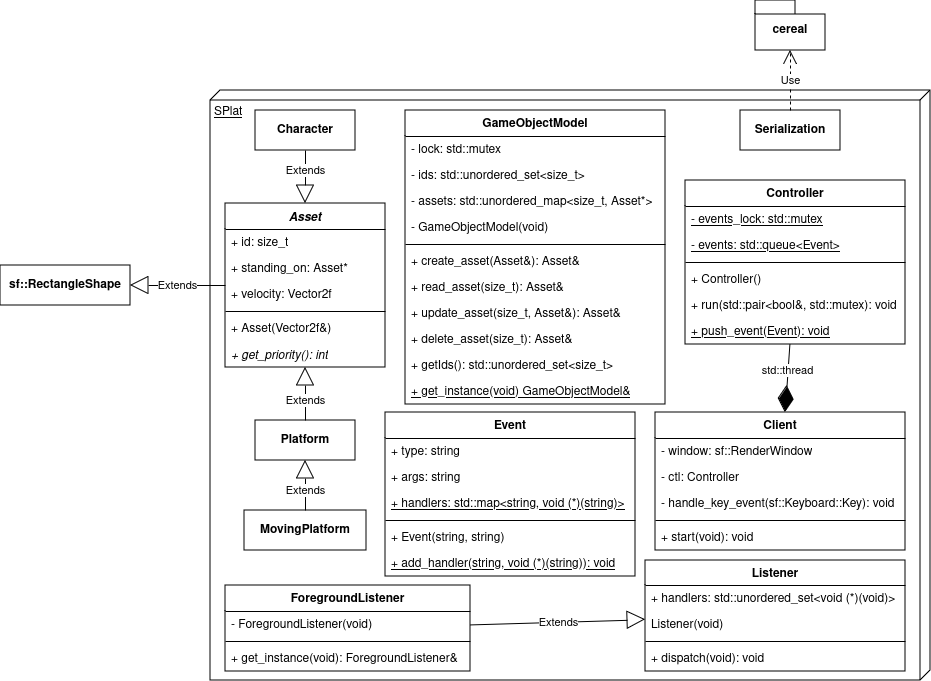
This is uml/splat_i1_initial.png from mwhicks-dev/SPlat, a draw.io export, as it was before one commit. Source tidied: cells renumbered, new cells last; positions are measured from the earlier drawing's top-left corner, leaving out a move shared by most shapes.
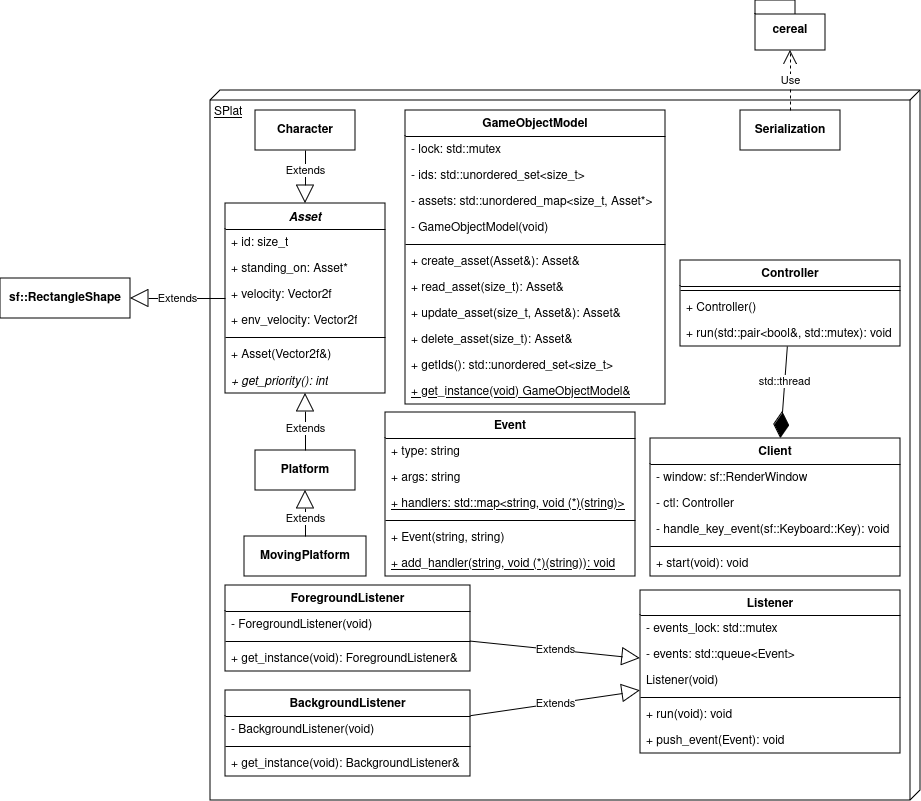
After the change.

Commit message:
Added new Listener features to I1 UML

The edit, as a diff of the source:
```diff
@@ -3,13 +3,13 @@
     <mxCell id="0" />
     <mxCell id="1" parent="0" />
     <mxCell id="2" value="SPlat" style="verticalAlign=top;align=left;spacingTop=8;spacingLeft=2;spacingRight=12;shape=cube;size=10;direction=south;fontStyle=4;html=1;whiteSpace=wrap;" parent="1" vertex="1">
-      <mxGeometry x="210" y="90" width="720" height="590" as="geometry" />
+      <mxGeometry x="210" y="90" width="710" height="710" as="geometry" />
     </mxCell>
     <mxCell id="3" value="&lt;b&gt;sf::RectangleShape&lt;/b&gt;" style="rounded=0;whiteSpace=wrap;html=1;" parent="1" vertex="1">
-      <mxGeometry y="265" width="130" height="40" as="geometry" />
+      <mxGeometry y="278" width="130" height="40" as="geometry" />
     </mxCell>
     <mxCell id="4" value="&lt;i&gt;Asset&lt;/i&gt;" style="swimlane;fontStyle=1;align=center;verticalAlign=top;horizontal=1;startSize=26;whiteSpace=wrap;html=1;" parent="1" vertex="1">
-      <mxGeometry x="225" y="203" width="160" height="164" as="geometry" />
+      <mxGeometry x="225" y="203" width="160" height="190" as="geometry" />
     </mxCell>
     <mxCell id="5" value="+ id: size_t" style="text;strokeColor=none;fillColor=none;align=left;verticalAlign=top;spacingLeft=4;spacingRight=4;overflow=hidden;whiteSpace=wrap;html=1;fontStyle=0;" parent="4" vertex="1">
       <mxGeometry y="26" width="160" height="26" as="geometry" />
@@ -20,14 +20,17 @@
     <mxCell id="7" value="+ velocity: Vector2f" style="text;strokeColor=none;fillColor=none;align=left;verticalAlign=top;spacingLeft=4;spacingRight=4;overflow=hidden;whiteSpace=wrap;html=1;fontStyle=0;" parent="4" vertex="1">
       <mxGeometry y="78" width="160" height="26" as="geometry" />
     </mxCell>
+    <mxCell id="65" value="+ env_velocity: Vector2f" style="text;strokeColor=none;fillColor=none;align=left;verticalAlign=top;spacingLeft=4;spacingRight=4;overflow=hidden;whiteSpace=wrap;html=1;fontStyle=0;" parent="4" vertex="1">
+      <mxGeometry y="104" width="160" height="26" as="geometry" />
+    </mxCell>
     <mxCell id="8" style="line;strokeWidth=1;fillColor=none;align=left;verticalAlign=middle;spacingTop=-1;spacingLeft=3;spacingRight=3;labelPosition=right;strokeColor=inherit;" parent="4" vertex="1">
-      <mxGeometry y="104" width="160" height="8" as="geometry" />
+      <mxGeometry y="130" width="160" height="8" as="geometry" />
     </mxCell>
     <mxCell id="9" value="+ Asset(Vector2f&amp;amp;)" style="text;strokeColor=none;fillColor=none;align=left;verticalAlign=top;spacingLeft=4;spacingRight=4;overflow=hidden;whiteSpace=wrap;html=1;" parent="4" vertex="1">
-      <mxGeometry y="112" width="160" height="26" as="geometry" />
+      <mxGeometry y="138" width="160" height="26" as="geometry" />
     </mxCell>
     <mxCell id="10" value="&lt;i&gt;&lt;span&gt;+ get_priority(): int&lt;/span&gt;&lt;/i&gt;" style="text;strokeColor=none;fillColor=none;align=left;verticalAlign=top;spacingLeft=4;spacingRight=4;overflow=hidden;whiteSpace=wrap;html=1;fontStyle=0;" parent="4" vertex="1">
-      <mxGeometry y="138" width="160" height="26" as="geometry" />
+      <mxGeometry y="164" width="160" height="26" as="geometry" />
     </mxCell>
     <mxCell id="11" value="Extends" style="endArrow=block;endSize=16;endFill=0;html=1;rounded=0;" parent="1" edge="1" source="4" target="3">
       <mxGeometry relative="1" as="geometry" />
@@ -39,13 +42,13 @@
       <mxGeometry x="-0.25" relative="1" as="geometry" />
     </mxCell>
     <mxCell id="14" value="&lt;b&gt;Platform&lt;/b&gt;" style="html=1;whiteSpace=wrap;" parent="1" vertex="1">
-      <mxGeometry x="255" y="420" width="100" height="40" as="geometry" />
+      <mxGeometry x="255" y="450" width="100" height="40" as="geometry" />
     </mxCell>
     <mxCell id="15" value="Extends" style="endArrow=block;endSize=16;endFill=0;html=1;rounded=0;" parent="1" edge="1" source="14" target="4">
       <mxGeometry x="-0.25" relative="1" as="geometry" />
     </mxCell>
     <mxCell id="16" value="&lt;b&gt;MovingPlatform&lt;/b&gt;" style="html=1;whiteSpace=wrap;" parent="1" vertex="1">
-      <mxGeometry x="244" y="510" width="122" height="40" as="geometry" />
+      <mxGeometry x="244" y="536" width="122" height="40" as="geometry" />
     </mxCell>
     <mxCell id="17" value="Extends" style="endArrow=block;endSize=16;endFill=0;html=1;rounded=0;exitX=0.5;exitY=0;exitDx=0;exitDy=0;" parent="1" edge="1" source="16" target="14">
       <mxGeometry x="-0.2" relative="1" as="geometry" />
@@ -87,7 +90,7 @@
       <mxGeometry y="268" width="260" height="26" as="geometry" />
     </mxCell>
     <mxCell id="30" value="Client" style="swimlane;fontStyle=1;align=center;verticalAlign=top;horizontal=1;startSize=26;whiteSpace=wrap;html=1;" parent="1" vertex="1">
-      <mxGeometry x="655" y="412" width="250" height="138" as="geometry" />
+      <mxGeometry x="650" y="438" width="250" height="138" as="geometry" />
     </mxCell>
     <mxCell id="31" value="- window: sf::RenderWindow" style="text;strokeColor=none;fillColor=none;align=left;verticalAlign=top;spacingLeft=4;spacingRight=4;overflow=hidden;whiteSpace=wrap;html=1;" parent="30" vertex="1">
       <mxGeometry y="26" width="250" height="26" as="geometry" />
@@ -105,26 +108,17 @@
       <mxGeometry y="112" width="250" height="26" as="geometry" />
     </mxCell>
     <mxCell id="36" value="Controller" style="swimlane;fontStyle=1;align=center;verticalAlign=top;horizontal=1;startSize=26;whiteSpace=wrap;html=1;" parent="1" vertex="1">
-      <mxGeometry x="685" y="180" width="220" height="164" as="geometry" />
+      <mxGeometry x="680" y="260" width="220" height="86" as="geometry" />
     </mxCell>
-    <mxCell id="37" value="- events_lock: std::mutex" style="text;strokeColor=none;fillColor=none;align=left;verticalAlign=top;spacingLeft=4;spacingRight=4;overflow=hidden;whiteSpace=wrap;html=1;fontStyle=4;" parent="36" vertex="1">
-      <mxGeometry y="26" width="220" height="26" as="geometry" />
-    </mxCell>
-    <mxCell id="38" value="- events: std::queue&amp;lt;Event&amp;gt;" style="text;strokeColor=none;fillColor=none;align=left;verticalAlign=top;spacingLeft=4;spacingRight=4;overflow=hidden;whiteSpace=wrap;html=1;fontStyle=4;" parent="36" vertex="1">
-      <mxGeometry y="52" width="220" height="26" as="geometry" />
-    </mxCell>
     <mxCell id="39" style="line;strokeWidth=1;fillColor=none;align=left;verticalAlign=middle;spacingTop=-1;spacingLeft=3;spacingRight=3;labelPosition=right;strokeColor=inherit;" parent="36" vertex="1">
-      <mxGeometry y="78" width="220" height="8" as="geometry" />
+      <mxGeometry y="26" width="220" height="8" as="geometry" />
     </mxCell>
     <mxCell id="40" value="+ Controller()" style="text;strokeColor=none;fillColor=none;align=left;verticalAlign=top;spacingLeft=4;spacingRight=4;overflow=hidden;whiteSpace=wrap;html=1;" parent="36" vertex="1">
-      <mxGeometry y="86" width="220" height="26" as="geometry" />
+      <mxGeometry y="34" width="220" height="26" as="geometry" />
     </mxCell>
     <mxCell id="41" value="+ run(std::pair&amp;lt;bool&amp;amp;, std::mutex): void" style="text;strokeColor=none;fillColor=none;align=left;verticalAlign=top;spacingLeft=4;spacingRight=4;overflow=hidden;whiteSpace=wrap;html=1;" parent="36" vertex="1">
-      <mxGeometry y="112" width="220" height="26" as="geometry" />
+      <mxGeometry y="60" width="220" height="26" as="geometry" />
     </mxCell>
-    <mxCell id="42" value="+ push_event(Event): void" style="text;strokeColor=none;fillColor=none;align=left;verticalAlign=top;spacingLeft=4;spacingRight=4;overflow=hidden;whiteSpace=wrap;html=1;fontStyle=4;" parent="36" vertex="1">
-      <mxGeometry y="138" width="220" height="26" as="geometry" />
-    </mxCell>
     <mxCell id="43" style="endArrow=diamondThin;endFill=1;endSize=24;html=1;rounded=0;" parent="1" edge="1" source="36" target="30">
       <mxGeometry relative="1" as="geometry" />
     </mxCell>
@@ -162,20 +156,26 @@
       <mxGeometry relative="1" as="geometry" />
     </mxCell>
     <mxCell id="55" value="&lt;div&gt;Listener&lt;/div&gt;" style="swimlane;fontStyle=1;align=center;verticalAlign=top;horizontal=1;startSize=25;whiteSpace=wrap;html=1;" parent="1" vertex="1">
-      <mxGeometry x="645" y="560" width="260" height="111" as="geometry" />
+      <mxGeometry x="640" y="590" width="260" height="163" as="geometry" />
     </mxCell>
-    <mxCell id="56" value="+ handlers: std::unordered_set&amp;lt;void (*)(void)&amp;gt;" style="text;strokeColor=none;fillColor=none;align=left;verticalAlign=top;spacingLeft=4;spacingRight=4;overflow=hidden;whiteSpace=wrap;html=1;fontStyle=0;" parent="55" vertex="1">
+    <mxCell id="56" value="- events_lock: std::mutex" style="text;strokeColor=none;fillColor=none;align=left;verticalAlign=top;spacingLeft=4;spacingRight=4;overflow=hidden;whiteSpace=wrap;html=1;fontStyle=0;" parent="55" vertex="1">
       <mxGeometry y="25" width="260" height="26" as="geometry" />
     </mxCell>
+    <mxCell id="38" value="- events: std::queue&amp;lt;Event&amp;gt;" style="text;strokeColor=none;fillColor=none;align=left;verticalAlign=top;spacingLeft=4;spacingRight=4;overflow=hidden;whiteSpace=wrap;html=1;fontStyle=0;" parent="55" vertex="1">
+      <mxGeometry y="51" width="260" height="26" as="geometry" />
+    </mxCell>
     <mxCell id="57" value="Listener(void)" style="text;strokeColor=none;fillColor=none;align=left;verticalAlign=top;spacingLeft=4;spacingRight=4;overflow=hidden;whiteSpace=wrap;html=1;fontStyle=0;" parent="55" vertex="1">
-      <mxGeometry y="51" width="260" height="26" as="geometry" />
+      <mxGeometry y="77" width="260" height="26" as="geometry" />
     </mxCell>
     <mxCell id="58" style="line;strokeWidth=1;fillColor=none;align=left;verticalAlign=middle;spacingTop=-1;spacingLeft=3;spacingRight=3;labelPosition=right;strokeColor=inherit;" parent="55" vertex="1">
-      <mxGeometry y="77" width="260" height="8" as="geometry" />
+      <mxGeometry y="103" width="260" height="8" as="geometry" />
     </mxCell>
-    <mxCell id="59" value="+ dispatch(void): void" style="text;strokeColor=none;fillColor=none;align=left;verticalAlign=top;spacingLeft=4;spacingRight=4;overflow=hidden;whiteSpace=wrap;html=1;fontStyle=0;" parent="55" vertex="1">
-      <mxGeometry y="85" width="260" height="26" as="geometry" />
+    <mxCell id="59" value="+ run(void): void" style="text;strokeColor=none;fillColor=none;align=left;verticalAlign=top;spacingLeft=4;spacingRight=4;overflow=hidden;whiteSpace=wrap;html=1;fontStyle=0;" parent="55" vertex="1">
+      <mxGeometry y="111" width="260" height="26" as="geometry" />
     </mxCell>
+    <mxCell id="42" value="+ push_event(Event): void" style="text;strokeColor=none;fillColor=none;align=left;verticalAlign=top;spacingLeft=4;spacingRight=4;overflow=hidden;whiteSpace=wrap;html=1;fontStyle=0;" parent="55" vertex="1">
+      <mxGeometry y="137" width="260" height="26" as="geometry" />
+    </mxCell>
     <mxCell id="60" value="ForegroundListener" style="swimlane;fontStyle=1;align=center;verticalAlign=top;horizontal=1;startSize=26;whiteSpace=wrap;html=1;" parent="1" vertex="1">
       <mxGeometry x="225" y="585" width="245" height="86" as="geometry" />
     </mxCell>
@@ -191,5 +191,20 @@
     <mxCell id="64" value="Extends" style="endArrow=block;endSize=16;endFill=0;html=1;rounded=0;" parent="1" edge="1" source="60" target="55">
       <mxGeometry relative="1" as="geometry" />
     </mxCell>
+    <mxCell id="66" value="BackgroundListener" style="swimlane;fontStyle=1;align=center;verticalAlign=top;horizontal=1;startSize=26;whiteSpace=wrap;html=1;" parent="1" vertex="1">
+      <mxGeometry x="225" y="690" width="245" height="86" as="geometry" />
+    </mxCell>
+    <mxCell id="67" value="- BackgroundListener(void)" style="text;strokeColor=none;fillColor=none;align=left;verticalAlign=top;spacingLeft=4;spacingRight=4;overflow=hidden;whiteSpace=wrap;html=1;" parent="66" vertex="1">
+      <mxGeometry y="26" width="245" height="26" as="geometry" />
+    </mxCell>
+    <mxCell id="68" style="line;strokeWidth=1;fillColor=none;align=left;verticalAlign=middle;spacingTop=-1;spacingLeft=3;spacingRight=3;labelPosition=right;strokeColor=inherit;" parent="66" vertex="1">
+      <mxGeometry y="52" width="245" height="8" as="geometry" />
+    </mxCell>
+    <mxCell id="69" value="+ get_instance(void): BackgroundListener&amp;amp;" style="text;strokeColor=none;fillColor=none;align=left;verticalAlign=top;spacingLeft=4;spacingRight=4;overflow=hidden;whiteSpace=wrap;html=1;" parent="66" vertex="1">
+      <mxGeometry y="60" width="245" height="26" as="geometry" />
+    </mxCell>
+    <mxCell id="70" value="Extends" style="endArrow=block;endSize=16;endFill=0;html=1;rounded=0;" parent="1" edge="1" source="66" target="55">
+      <mxGeometry relative="1" as="geometry" />
+    </mxCell>
   </root>
 </mxGraphModel>
```
